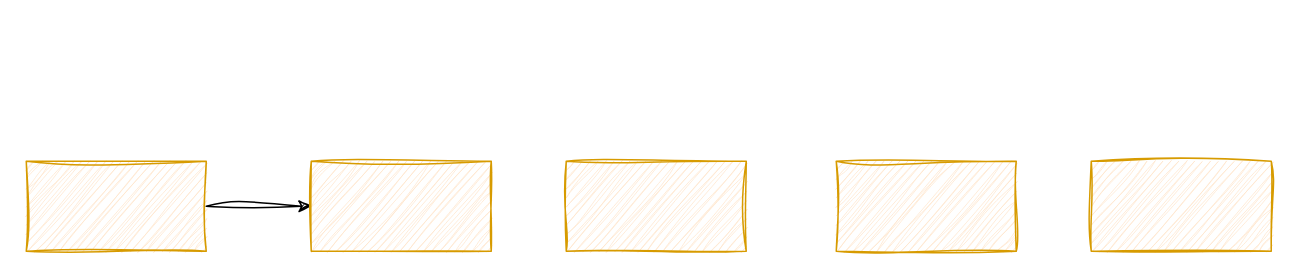
Above: 未命名绘图2.drawio in nayouzhenai/java_web (draw.io), before the change. Source tidied: cells renumbered, new cells numbered last; positions are measured from the earlier drawing's top-left corner, leaving out a move shared by most shapes. Both pictures are drawn from the tidied source at 150%, with x=0, y=0 at pixel (26, 160).
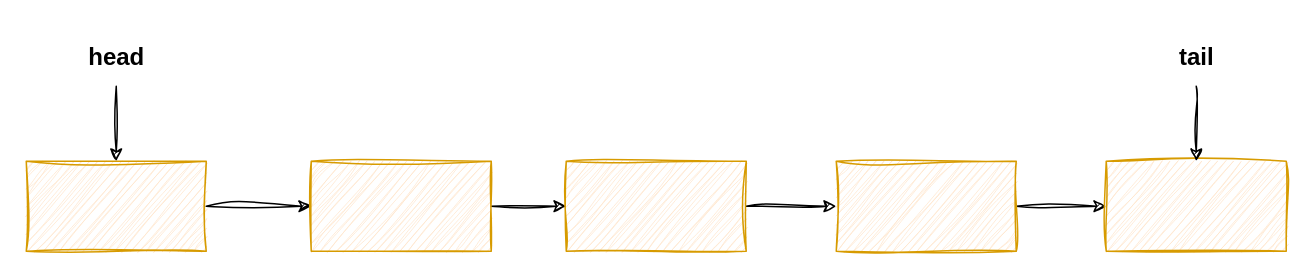
After the change.

Commit message (it also covers changes not shown here):
更新未命名绘图2.drawio

The edit, as a diff of the source:
```diff
@@
 <mxGraphModel>
   <root>
     <mxCell id="0" />
     <mxCell id="1" parent="0" />
     <mxCell id="2" style="edgeStyle=orthogonalEdgeStyle;rounded=0;jettySize=auto;html=1;sketch=1;curveFitting=1;jiggle=2;" parent="1" edge="1" source="3" target="4">
       <mxGeometry relative="1" as="geometry" />
     </mxCell>
     <mxCell id="3" style="rounded=0;whiteSpace=wrap;html=1;shadow=0;glass=0;fillColor=#ffe6cc;strokeColor=#d79b00;sketch=1;curveFitting=1;jiggle=2;" parent="1" vertex="1">
       <mxGeometry width="120" height="60" as="geometry" />
     </mxCell>
+    <mxCell id="8" style="edgeStyle=orthogonalEdgeStyle;rounded=0;sketch=1;jiggle=2;curveFitting=1;jettySize=auto;html=1;exitX=1;exitY=0.5;exitDx=0;exitDy=0;entryX=0;entryY=0.5;entryDx=0;entryDy=0;strokeColor=default;align=center;verticalAlign=middle;fontFamily=Helvetica;fontSize=11;fontColor=default;labelBackgroundColor=default;endArrow=classic;" parent="1" edge="1" source="4" target="5">
+      <mxGeometry relative="1" as="geometry" />
+    </mxCell>
     <mxCell id="4" style="rounded=0;whiteSpace=wrap;html=1;shadow=0;glass=0;fillColor=#ffe6cc;strokeColor=#d79b00;sketch=1;curveFitting=1;jiggle=2;" parent="1" vertex="1">
       <mxGeometry x="190" width="120" height="60" as="geometry" />
     </mxCell>
+    <mxCell id="9" style="edgeStyle=orthogonalEdgeStyle;rounded=0;sketch=1;jiggle=2;curveFitting=1;jettySize=auto;html=1;exitX=1;exitY=0.5;exitDx=0;exitDy=0;entryX=0;entryY=0.5;entryDx=0;entryDy=0;strokeColor=default;align=center;verticalAlign=middle;fontFamily=Helvetica;fontSize=11;fontColor=default;labelBackgroundColor=default;endArrow=classic;" parent="1" edge="1" source="5" target="6">
+      <mxGeometry relative="1" as="geometry" />
+    </mxCell>
     <mxCell id="5" style="rounded=0;whiteSpace=wrap;html=1;shadow=0;glass=0;fillColor=#ffe6cc;strokeColor=#d79b00;sketch=1;curveFitting=1;jiggle=2;" parent="1" vertex="1">
       <mxGeometry x="360" width="120" height="60" as="geometry" />
     </mxCell>
+    <mxCell id="10" style="edgeStyle=orthogonalEdgeStyle;rounded=0;sketch=1;jiggle=2;curveFitting=1;jettySize=auto;html=1;exitX=1;exitY=0.5;exitDx=0;exitDy=0;entryX=0;entryY=0.5;entryDx=0;entryDy=0;strokeColor=default;align=center;verticalAlign=middle;fontFamily=Helvetica;fontSize=11;fontColor=default;labelBackgroundColor=default;endArrow=classic;" parent="1" edge="1" source="6" target="7">
+      <mxGeometry relative="1" as="geometry" />
+    </mxCell>
     <mxCell id="6" style="rounded=0;whiteSpace=wrap;html=1;shadow=0;glass=0;fillColor=#ffe6cc;strokeColor=#d79b00;sketch=1;curveFitting=1;jiggle=2;" parent="1" vertex="1">
       <mxGeometry x="540" width="120" height="60" as="geometry" />
     </mxCell>
     <mxCell id="7" style="rounded=0;whiteSpace=wrap;html=1;shadow=0;glass=0;fillColor=#ffe6cc;strokeColor=#d79b00;sketch=1;curveFitting=1;jiggle=2;" parent="1" vertex="1">
-      <mxGeometry x="710" width="120" height="60" as="geometry" />
+      <mxGeometry x="720" width="120" height="60" as="geometry" />
     </mxCell>
+    <mxCell id="11" style="edgeStyle=orthogonalEdgeStyle;rounded=0;sketch=1;jiggle=2;curveFitting=1;jettySize=auto;html=1;entryX=0.5;entryY=0;entryDx=0;entryDy=0;strokeColor=default;align=center;verticalAlign=middle;fontFamily=Helvetica;fontSize=11;fontColor=default;labelBackgroundColor=default;endArrow=classic;" parent="1" edge="1" source="12" target="3">
+      <mxGeometry relative="1" as="geometry" />
+    </mxCell>
+    <mxCell id="12" value="&lt;font style=&quot;font-size: 16px;&quot;&gt;head&lt;/font&gt;" style="text;strokeColor=none;fillColor=none;html=1;fontSize=11;fontStyle=1;verticalAlign=middle;align=center;fontFamily=Helvetica;fontColor=default;labelBackgroundColor=default;" parent="1" vertex="1">
+      <mxGeometry x="10" y="-90" width="100" height="40" as="geometry" />
+    </mxCell>
+    <mxCell id="13" style="edgeStyle=orthogonalEdgeStyle;rounded=0;sketch=1;jiggle=2;curveFitting=1;jettySize=auto;html=1;exitX=0.5;exitY=1;exitDx=0;exitDy=0;strokeColor=default;align=center;verticalAlign=middle;fontFamily=Helvetica;fontSize=11;fontColor=default;labelBackgroundColor=default;endArrow=classic;" parent="1" edge="1" source="14" target="7">
+      <mxGeometry relative="1" as="geometry" />
+    </mxCell>
+    <mxCell id="14" value="&lt;span style=&quot;font-size: 16px;&quot;&gt;tail&lt;/span&gt;" style="text;strokeColor=none;fillColor=none;html=1;fontSize=11;fontStyle=1;verticalAlign=middle;align=center;fontFamily=Helvetica;fontColor=default;labelBackgroundColor=default;" parent="1" vertex="1">
+      <mxGeometry x="730" y="-90" width="100" height="40" as="geometry" />
+    </mxCell>
   </root>
 </mxGraphModel>
```
